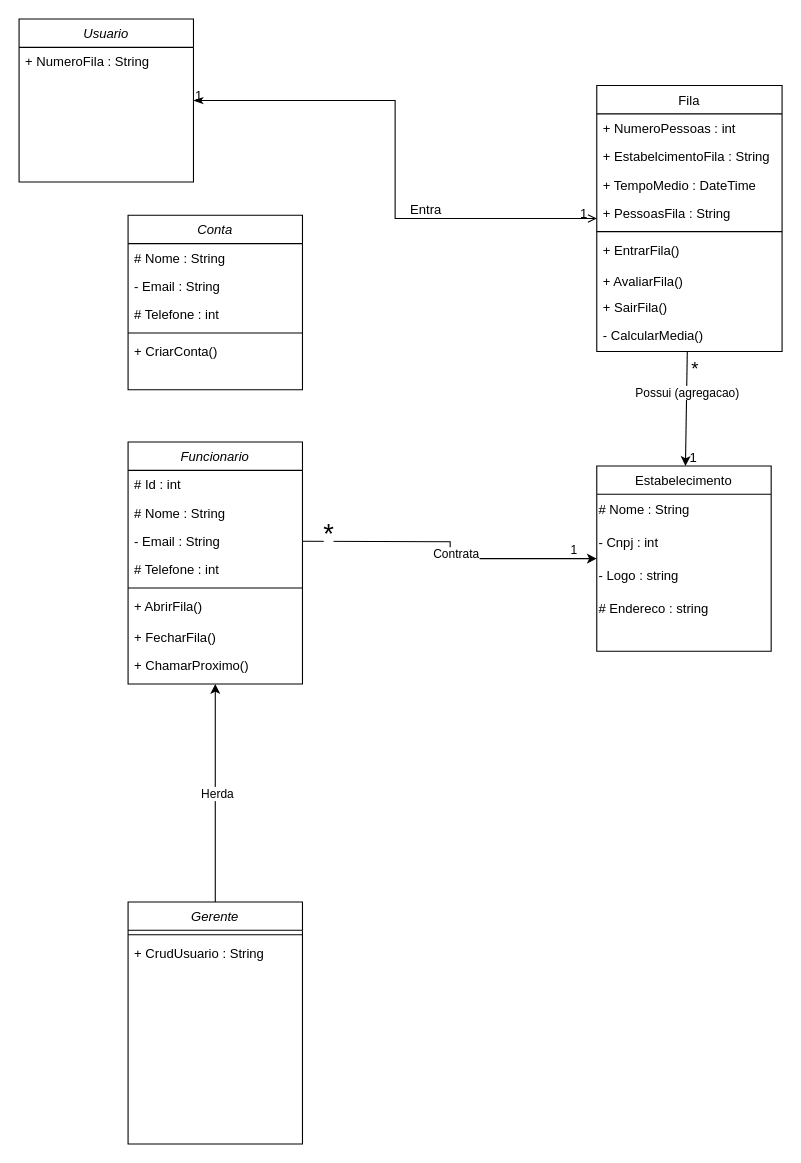
This is DiagramaClassesPit.drawio from LuizFelipeCavalcante/Diagramas, a draw.io file, before an edit. Source tidied: cells renumbered, new cells numbered last; positions are measured from the earlier drawing's top-left corner, leaving out a move shared by most shapes. Both pictures are drawn from the tidied source at 109%, with x=0, y=0 at pixel (19, 19).
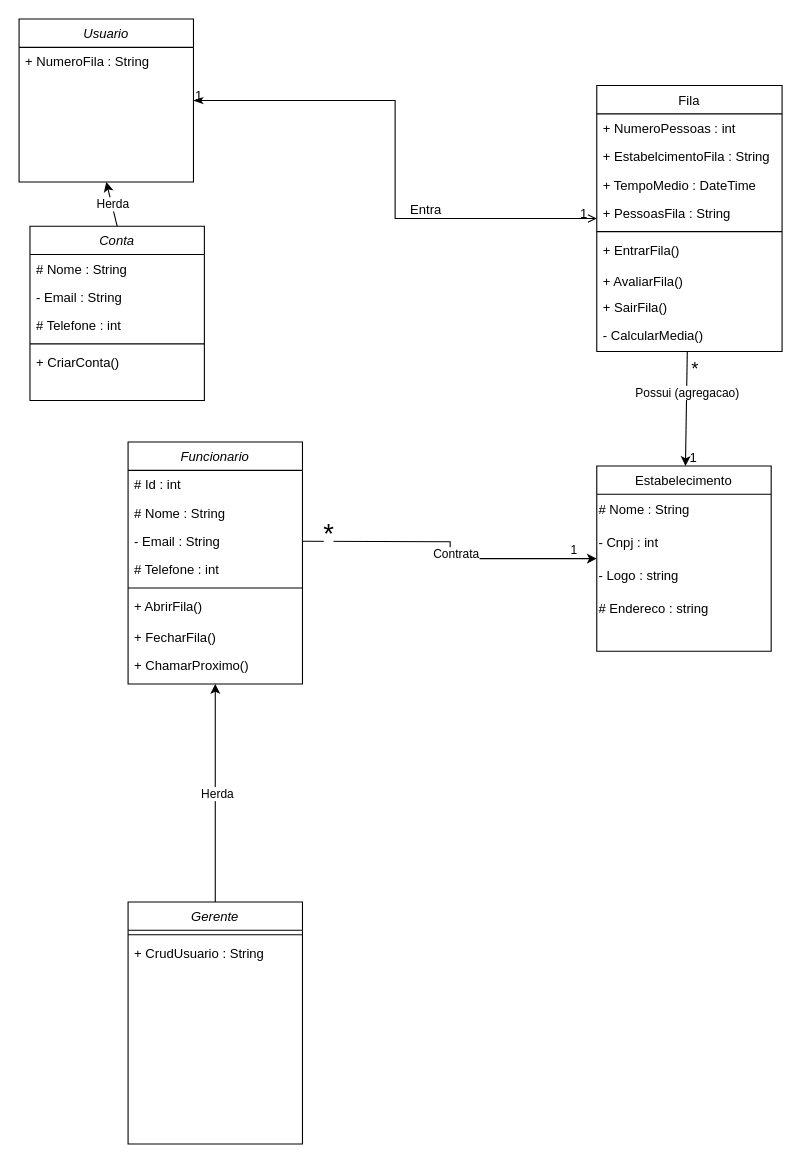
After the change.

The change refers to these unchanged cells:
```xml
<mxCell id="2" value="Usuario" style="swimlane;fontStyle=2;align=center;verticalAlign=top;horizontal=1;startSize=26;rounded=0;shadow=0;strokeWidth=1;" parent="1" vertex="1">
  <mxGeometry width="160" height="149.5" as="geometry" />
</mxCell>
```

The edit, as a diff of the source:
```diff
@@
     <mxCell id="45" value="Conta" style="swimlane;fontStyle=2;align=center;verticalAlign=top;horizontal=1;startSize=26;rounded=0;shadow=0;strokeWidth=1;" parent="1" vertex="1">
-      <mxGeometry x="100" y="180" width="160" height="160" as="geometry" />
+      <mxGeometry x="10" y="190" width="160" height="160" as="geometry" />
     </mxCell>
@@
+    <mxCell id="51" style="endArrow=classic;html=1;rounded=0;exitX=0.5;exitY=0;exitDx=0;exitDy=0;entryX=0.5;entryY=1;entryDx=0;entryDy=0;" parent="1" edge="1" source="45" target="2">
+      <mxGeometry relative="1" as="geometry" />
+    </mxCell>
+    <mxCell id="52" value="Herda" style="edgeLabel;html=1;align=center;verticalAlign=middle;" parent="51" vertex="1">
+      <mxGeometry y="-1" relative="1" as="geometry" />
+    </mxCell>
```
